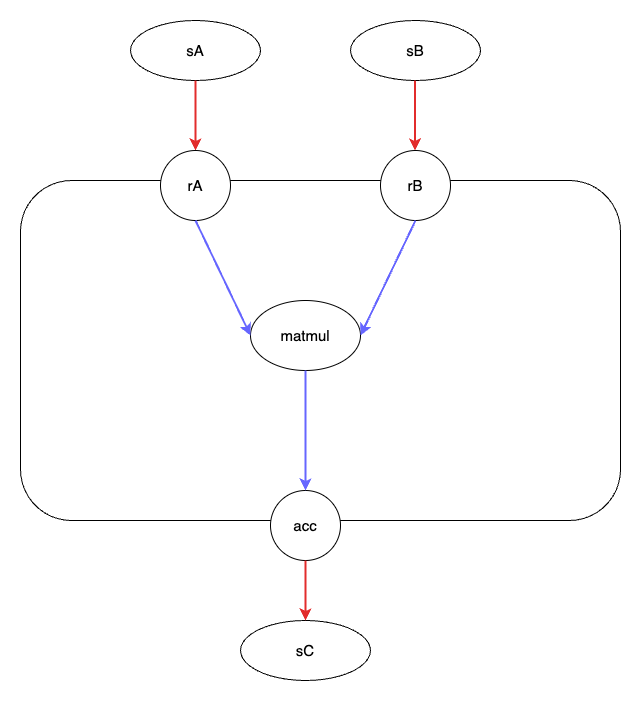
Above: docs/figures/RF_GEMM_Graph.png in TiledTensor/TiledKernel (draw.io), before the change. Source tidied: cells renumbered, new cells last; positions are measured from the earlier drawing's top-left corner, leaving out a move shared by most shapes.
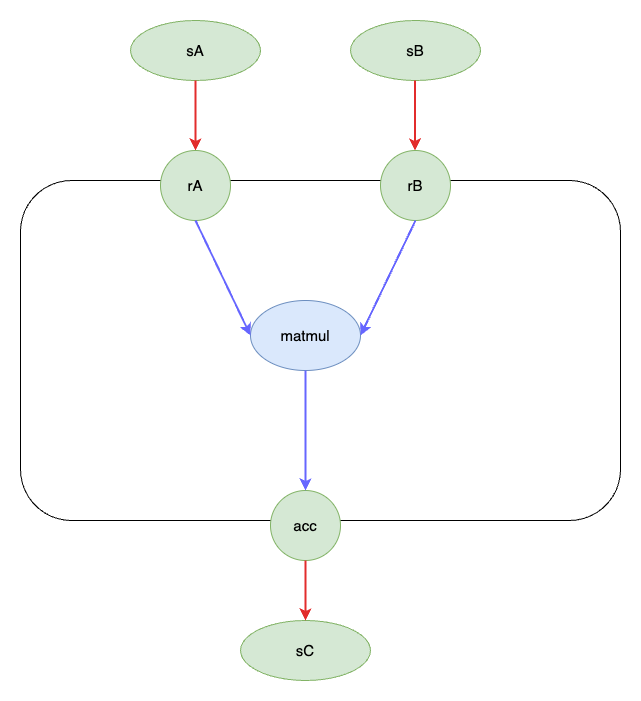
The same diagram one commit later.

The edit, as a diff of the source:
```diff
@@ -2,10 +2,10 @@
   <root>
     <mxCell id="0" />
     <mxCell id="1" parent="0" />
-    <mxCell id="2" value="&lt;font style=&quot;font-size: 15px;&quot;&gt;sA&lt;/font&gt;" style="shape=ellipse;html=1;dashed=0;whiteSpace=wrap;perimeter=ellipsePerimeter;" parent="1" vertex="1">
+    <mxCell id="2" value="&lt;font style=&quot;font-size: 15px;&quot;&gt;sA&lt;/font&gt;" style="shape=ellipse;html=1;dashed=0;whiteSpace=wrap;perimeter=ellipsePerimeter;fillColor=#d5e8d4;strokeColor=#82b366;" parent="1" vertex="1">
       <mxGeometry x="110" width="130" height="60" as="geometry" />
     </mxCell>
-    <mxCell id="3" value="&lt;font style=&quot;font-size: 15px;&quot;&gt;sB&lt;/font&gt;" style="shape=ellipse;html=1;dashed=0;whiteSpace=wrap;perimeter=ellipsePerimeter;" parent="1" vertex="1">
+    <mxCell id="3" value="&lt;font style=&quot;font-size: 15px;&quot;&gt;sB&lt;/font&gt;" style="shape=ellipse;html=1;dashed=0;whiteSpace=wrap;perimeter=ellipsePerimeter;fillColor=#d5e8d4;strokeColor=#82b366;" parent="1" vertex="1">
       <mxGeometry x="330" width="130" height="60" as="geometry" />
     </mxCell>
     <mxCell id="4" style="endArrow=classic;html=1;rounded=0;exitX=0.5;exitY=1;exitDx=0;exitDy=0;entryX=0.5;entryY=0;entryDx=0;entryDy=0;strokeColor=#E22C2C;strokeWidth=2;" parent="1" edge="1" source="2" target="6">
@@ -14,10 +14,10 @@
     <mxCell id="5" style="html=1;dashed=0;whiteSpace=wrap;rounded=1;" parent="1" vertex="1">
       <mxGeometry y="160" width="600" height="340" as="geometry" />
     </mxCell>
-    <mxCell id="6" value="&lt;font style=&quot;font-size: 15px;&quot;&gt;rA&lt;/font&gt;" style="shape=ellipse;html=1;dashed=0;whiteSpace=wrap;perimeter=ellipsePerimeter;" parent="1" vertex="1">
+    <mxCell id="6" value="&lt;font style=&quot;font-size: 15px;&quot;&gt;rA&lt;/font&gt;" style="shape=ellipse;html=1;dashed=0;whiteSpace=wrap;perimeter=ellipsePerimeter;fillColor=#d5e8d4;strokeColor=#82b366;" parent="1" vertex="1">
       <mxGeometry x="140" y="130" width="70" height="70" as="geometry" />
     </mxCell>
-    <mxCell id="7" value="&lt;font style=&quot;font-size: 15px;&quot;&gt;rB&lt;/font&gt;" style="shape=ellipse;html=1;dashed=0;whiteSpace=wrap;perimeter=ellipsePerimeter;" parent="1" vertex="1">
+    <mxCell id="7" value="&lt;font style=&quot;font-size: 15px;&quot;&gt;rB&lt;/font&gt;" style="shape=ellipse;html=1;dashed=0;whiteSpace=wrap;perimeter=ellipsePerimeter;fillColor=#d5e8d4;strokeColor=#82b366;" parent="1" vertex="1">
       <mxGeometry x="360" y="130" width="70" height="70" as="geometry" />
     </mxCell>
     <mxCell id="8" style="endArrow=classic;html=1;rounded=0;exitX=0.5;exitY=1;exitDx=0;exitDy=0;entryX=0.5;entryY=0;entryDx=0;entryDy=0;strokeColor=#e22c2c;strokeWidth=2;" parent="1" edge="1">
@@ -26,7 +26,7 @@
         <mxPoint x="394.5" y="130" as="targetPoint" />
       </mxGeometry>
     </mxCell>
-    <mxCell id="9" value="&lt;font style=&quot;font-size: 15px;&quot;&gt;matmul&lt;/font&gt;" style="ellipse;whiteSpace=wrap;html=1;" parent="1" vertex="1">
+    <mxCell id="9" value="&lt;font style=&quot;font-size: 15px;&quot;&gt;matmul&lt;/font&gt;" style="ellipse;whiteSpace=wrap;html=1;fillColor=#dae8fc;strokeColor=#6c8ebf;" parent="1" vertex="1">
       <mxGeometry x="230" y="280" width="110" height="70" as="geometry" />
     </mxCell>
     <mxCell id="10" style="endArrow=classic;html=1;rounded=0;exitX=0.5;exitY=1;exitDx=0;exitDy=0;entryX=0;entryY=0.5;entryDx=0;entryDy=0;strokeWidth=2;strokeColor=#6666FF;" parent="1" edge="1" source="6" target="9">
@@ -35,13 +35,13 @@
     <mxCell id="11" style="endArrow=classic;html=1;rounded=0;exitX=0.5;exitY=1;exitDx=0;exitDy=0;entryX=1;entryY=0.5;entryDx=0;entryDy=0;strokeColor=#6666FF;strokeWidth=2;" parent="1" edge="1" source="7" target="9">
       <mxGeometry relative="1" as="geometry" />
     </mxCell>
-    <mxCell id="12" value="&lt;span style=&quot;font-size: 15px;&quot;&gt;acc&lt;/span&gt;" style="shape=ellipse;html=1;dashed=0;whiteSpace=wrap;perimeter=ellipsePerimeter;" parent="1" vertex="1">
+    <mxCell id="12" value="&lt;span style=&quot;font-size: 15px;&quot;&gt;acc&lt;/span&gt;" style="shape=ellipse;html=1;dashed=0;whiteSpace=wrap;perimeter=ellipsePerimeter;fillColor=#d5e8d4;strokeColor=#82b366;" parent="1" vertex="1">
       <mxGeometry x="250" y="470" width="70" height="70" as="geometry" />
     </mxCell>
     <mxCell id="13" style="endArrow=classic;html=1;rounded=0;exitX=0.5;exitY=1;exitDx=0;exitDy=0;entryX=0.5;entryY=0;entryDx=0;entryDy=0;strokeWidth=2;strokeColor=#6666FF;" parent="1" edge="1" source="9" target="12">
       <mxGeometry relative="1" as="geometry" />
     </mxCell>
-    <mxCell id="14" value="&lt;font style=&quot;font-size: 15px;&quot;&gt;sC&lt;/font&gt;" style="shape=ellipse;html=1;dashed=0;whiteSpace=wrap;perimeter=ellipsePerimeter;" parent="1" vertex="1">
+    <mxCell id="14" value="&lt;font style=&quot;font-size: 15px;&quot;&gt;sC&lt;/font&gt;" style="shape=ellipse;html=1;dashed=0;whiteSpace=wrap;perimeter=ellipsePerimeter;fillColor=#d5e8d4;strokeColor=#82b366;" parent="1" vertex="1">
       <mxGeometry x="220" y="600" width="130" height="60" as="geometry" />
     </mxCell>
     <mxCell id="15" style="endArrow=classic;html=1;rounded=0;entryX=0.5;entryY=0;entryDx=0;entryDy=0;strokeWidth=2;strokeColor=#E22C2C;" parent="1" edge="1" target="14">
```
